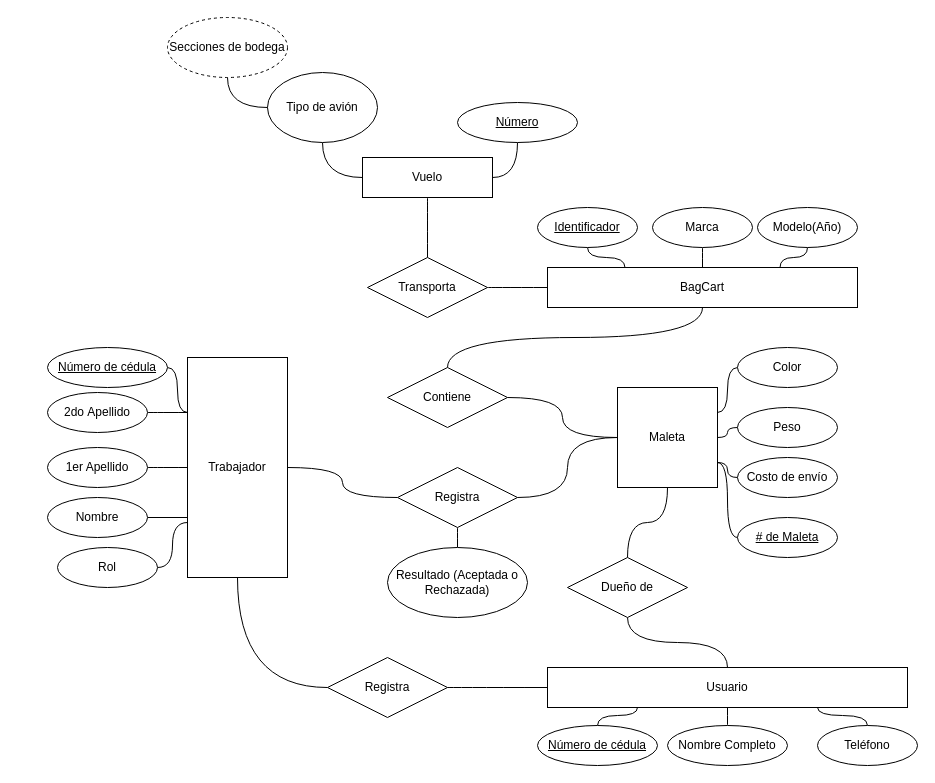
The draw.io diagram doc/DiagramaER.drawio in itcr3442/CE3101-Tabas, before the edit. Source tidied: cells renumbered, new cells numbered last; positions are measured from the earlier drawing's top-left corner, leaving out a move shared by most shapes. Both pictures are drawn from the tidied source at 100%, with x=0, y=0 at pixel (47, 17).
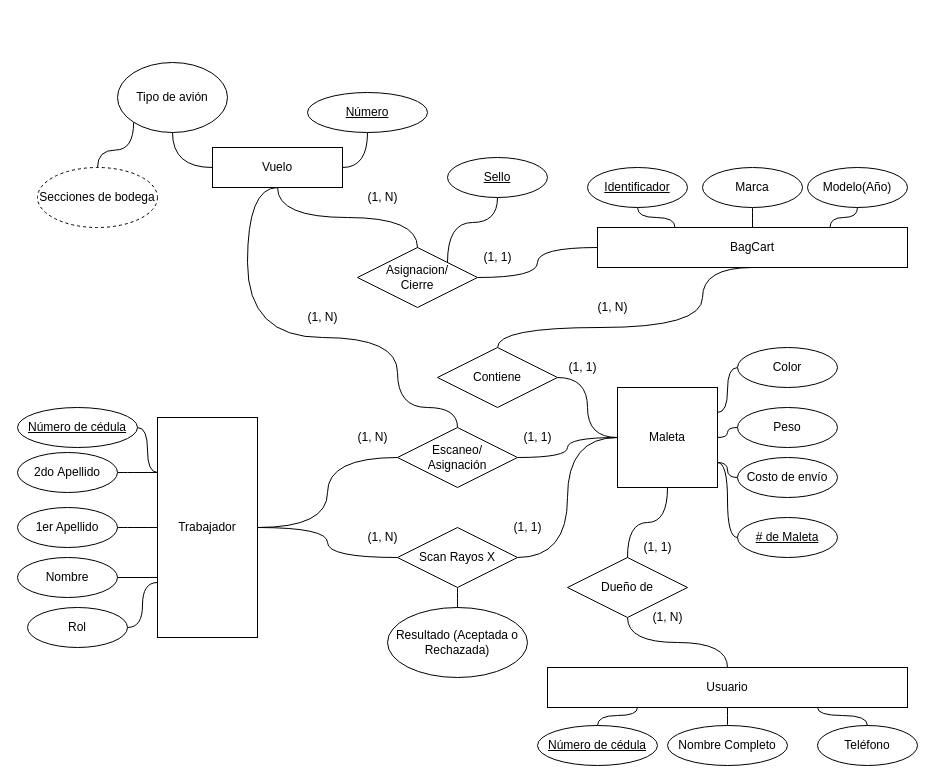
After the change.

The change refers to these unchanged cells:
```xml
<mxCell id="16" value="Maleta" style="whiteSpace=wrap;html=1;align=center;" parent="1" vertex="1">
  <mxGeometry x="570" y="370" width="100" height="100" as="geometry" />
</mxCell>
<mxCell id="25" value="Usuario" style="whiteSpace=wrap;html=1;align=center;" parent="1" vertex="1">
  <mxGeometry x="500" y="650" width="360" height="40" as="geometry" />
</mxCell>
```

Diff of the diagram source:
```diff
@@
-    <mxCell id="2" style="edgeStyle=orthogonalEdgeStyle;curved=1;html=1;exitX=1;exitY=0.5;exitDx=0;exitDy=0;entryX=0;entryY=0.5;entryDx=0;entryDy=0;endArrow=none;endFill=0;" parent="1" edge="1" source="4" target="56">
+    <mxCell id="2" style="edgeStyle=orthogonalEdgeStyle;html=1;exitX=1;exitY=0.5;exitDx=0;exitDy=0;entryX=0;entryY=0.5;entryDx=0;entryDy=0;endArrow=none;endFill=0;curved=1;" parent="1" edge="1" source="4" target="56">
       <mxGeometry relative="1" as="geometry" />
     </mxCell>
-    <mxCell id="3" style="edgeStyle=orthogonalEdgeStyle;curved=1;html=1;exitX=0.5;exitY=1;exitDx=0;exitDy=0;entryX=0;entryY=0.5;entryDx=0;entryDy=0;endArrow=none;endFill=0;" parent="1" edge="1" source="4" target="59">
-      <mxGeometry relative="1" as="geometry" />
-    </mxCell>
     <mxCell id="4" value="Trabajador" style="whiteSpace=wrap;html=1;align=center;" parent="1" vertex="1">
-      <mxGeometry x="140" y="340" width="100" height="220" as="geometry" />
+      <mxGeometry x="110" y="400" width="100" height="220" as="geometry" />
     </mxCell>
     <mxCell id="5" style="edgeStyle=orthogonalEdgeStyle;curved=1;html=1;exitX=1;exitY=0.5;exitDx=0;exitDy=0;endArrow=none;endFill=0;" parent="1" edge="1" source="6">
       <mxGeometry relative="1" as="geometry">
-        <mxPoint x="140" y="500" as="targetPoint" />
+        <mxPoint x="110" y="560" as="targetPoint" />
       </mxGeometry>
     </mxCell>
     <mxCell id="6" value="Nombre" style="ellipse;whiteSpace=wrap;html=1;align=center;" parent="1" vertex="1">
-      <mxGeometry y="480" width="100" height="40" as="geometry" />
+      <mxGeometry x="-30" y="540" width="100" height="40" as="geometry" />
     </mxCell>
@@
     <mxCell id="8" value="1er Apellido" style="ellipse;whiteSpace=wrap;html=1;align=center;" parent="1" vertex="1">
-      <mxGeometry y="430" width="100" height="40" as="geometry" />
+      <mxGeometry x="-30" y="490" width="100" height="40" as="geometry" />
     </mxCell>
@@
     <mxCell id="10" value="2do&amp;nbsp;Apellido" style="ellipse;whiteSpace=wrap;html=1;align=center;" parent="1" vertex="1">
-      <mxGeometry y="375" width="100" height="40" as="geometry" />
+      <mxGeometry x="-30" y="435" width="100" height="40" as="geometry" />
     </mxCell>
@@
     <mxCell id="12" value="Número de cédula" style="ellipse;whiteSpace=wrap;html=1;align=center;fontStyle=4;" parent="1" vertex="1">
-      <mxGeometry y="330" width="120" height="40" as="geometry" />
+      <mxGeometry x="-30" y="390" width="120" height="40" as="geometry" />
     </mxCell>
@@
     <mxCell id="14" value="Rol" style="ellipse;whiteSpace=wrap;html=1;align=center;" parent="1" vertex="1">
-      <mxGeometry x="10" y="530" width="100" height="40" as="geometry" />
+      <mxGeometry x="-20" y="590" width="100" height="40" as="geometry" />
     </mxCell>
@@
     <mxCell id="34" style="edgeStyle=orthogonalEdgeStyle;curved=1;html=1;exitX=0.5;exitY=1;exitDx=0;exitDy=0;entryX=0.5;entryY=0;entryDx=0;entryDy=0;endArrow=none;endFill=0;" parent="1" edge="1" source="35" target="43">
-      <mxGeometry relative="1" as="geometry" />
+      <mxGeometry relative="1" as="geometry">
+        <Array as="points">
+          <mxPoint x="655" y="310" />
+          <mxPoint x="450" y="310" />
+        </Array>
+      </mxGeometry>
     </mxCell>
     <mxCell id="35" value="BagCart" style="whiteSpace=wrap;html=1;align=center;" parent="1" vertex="1">
-      <mxGeometry x="500" y="250" width="310" height="40" as="geometry" />
+      <mxGeometry x="550" y="210" width="310" height="40" as="geometry" />
     </mxCell>
@@
     <mxCell id="37" value="Identificador" style="ellipse;whiteSpace=wrap;html=1;align=center;fontStyle=4;" parent="1" vertex="1">
-      <mxGeometry x="490" y="190" width="100" height="40" as="geometry" />
+      <mxGeometry x="540" y="150" width="100" height="40" as="geometry" />
     </mxCell>
@@
     <mxCell id="39" value="Marca" style="ellipse;whiteSpace=wrap;html=1;align=center;" parent="1" vertex="1">
-      <mxGeometry x="605" y="190" width="100" height="40" as="geometry" />
+      <mxGeometry x="655" y="150" width="100" height="40" as="geometry" />
     </mxCell>
@@
     <mxCell id="41" value="Modelo(Año)" style="ellipse;whiteSpace=wrap;html=1;align=center;" parent="1" vertex="1">
-      <mxGeometry x="710" y="190" width="100" height="40" as="geometry" />
+      <mxGeometry x="760" y="150" width="100" height="40" as="geometry" />
     </mxCell>
@@
     <mxCell id="43" value="Contiene" style="shape=rhombus;perimeter=rhombusPerimeter;whiteSpace=wrap;html=1;align=center;" parent="1" vertex="1">
-      <mxGeometry x="340" y="350" width="120" height="60" as="geometry" />
+      <mxGeometry x="390" y="330" width="120" height="60" as="geometry" />
     </mxCell>
@@
+    <mxCell id="60" style="edgeStyle=orthogonalEdgeStyle;html=1;exitX=0.5;exitY=1;exitDx=0;exitDy=0;entryX=0.5;entryY=0;entryDx=0;entryDy=0;endArrow=none;endFill=0;curved=1;" parent="1" edge="1" source="45" target="64">
+      <mxGeometry relative="1" as="geometry">
+        <Array as="points">
+          <mxPoint x="200" y="170" />
+          <mxPoint x="200" y="320" />
+          <mxPoint x="350" y="320" />
+          <mxPoint x="350" y="390" />
+          <mxPoint x="410" y="390" />
+        </Array>
+      </mxGeometry>
+    </mxCell>
     <mxCell id="45" value="Vuelo" style="whiteSpace=wrap;html=1;align=center;" parent="1" vertex="1">
-      <mxGeometry x="315" y="140" width="130" height="40" as="geometry" />
+      <mxGeometry x="165" y="130" width="130" height="40" as="geometry" />
     </mxCell>
@@
-    <mxCell id="47" value="Transporta" style="shape=rhombus;perimeter=rhombusPerimeter;whiteSpace=wrap;html=1;align=center;" parent="1" vertex="1">
-      <mxGeometry x="320" y="240" width="120" height="60" as="geometry" />
+    <mxCell id="47" value="Asignacion/&lt;br&gt;Cierre" style="shape=rhombus;perimeter=rhombusPerimeter;whiteSpace=wrap;html=1;align=center;" parent="1" vertex="1">
+      <mxGeometry x="310" y="230" width="120" height="60" as="geometry" />
     </mxCell>
@@
+    <mxCell id="61" style="edgeStyle=orthogonalEdgeStyle;curved=1;html=1;exitX=0;exitY=1;exitDx=0;exitDy=0;entryX=0.5;entryY=0;entryDx=0;entryDy=0;endArrow=none;endFill=0;" parent="1" edge="1" source="49" target="51">
+      <mxGeometry relative="1" as="geometry" />
+    </mxCell>
     <mxCell id="49" value="Tipo de avión" style="ellipse;whiteSpace=wrap;html=1;align=center;" parent="1" vertex="1">
-      <mxGeometry x="220" y="55" width="110" height="70" as="geometry" />
+      <mxGeometry x="70" y="45" width="110" height="70" as="geometry" />
     </mxCell>
-    <mxCell id="50" style="edgeStyle=orthogonalEdgeStyle;curved=1;html=1;exitX=0.5;exitY=1;exitDx=0;exitDy=0;entryX=0;entryY=0.5;entryDx=0;entryDy=0;endArrow=none;endFill=0;" parent="1" edge="1" source="51" target="49">
-      <mxGeometry relative="1" as="geometry" />
-    </mxCell>
     <mxCell id="51" value="Secciones de bodega" style="ellipse;whiteSpace=wrap;html=1;align=center;dashed=1;" parent="1" vertex="1">
-      <mxGeometry x="120" width="120" height="60" as="geometry" />
+      <mxGeometry x="-10" y="150" width="120" height="60" as="geometry" />
     </mxCell>
@@
     <mxCell id="53" value="Número" style="ellipse;whiteSpace=wrap;html=1;align=center;fontStyle=4;" parent="1" vertex="1">
-      <mxGeometry x="410" y="85" width="120" height="40" as="geometry" />
+      <mxGeometry x="260" y="75" width="120" height="40" as="geometry" />
     </mxCell>
@@
-    <mxCell id="56" value="Registra" style="shape=rhombus;perimeter=rhombusPerimeter;whiteSpace=wrap;html=1;align=center;" parent="1" vertex="1">
-      <mxGeometry x="350" y="450" width="120" height="60" as="geometry" />
+    <mxCell id="56" value="Scan Rayos X" style="shape=rhombus;perimeter=rhombusPerimeter;whiteSpace=wrap;html=1;align=center;" parent="1" vertex="1">
+      <mxGeometry x="350" y="510" width="120" height="60" as="geometry" />
     </mxCell>
     <mxCell id="57" value="Resultado (Aceptada o Rechazada)" style="ellipse;whiteSpace=wrap;html=1;align=center;" parent="1" vertex="1">
-      <mxGeometry x="340" y="530" width="140" height="70" as="geometry" />
+      <mxGeometry x="340" y="590" width="140" height="70" as="geometry" />
     </mxCell>
-    <mxCell id="58" style="edgeStyle=orthogonalEdgeStyle;curved=1;html=1;exitX=1;exitY=0.5;exitDx=0;exitDy=0;entryX=0;entryY=0.5;entryDx=0;entryDy=0;endArrow=none;endFill=0;" parent="1" edge="1" source="59" target="25">
-      <mxGeometry relative="1" as="geometry" />
-    </mxCell>
-    <mxCell id="59" value="Registra" style="shape=rhombus;perimeter=rhombusPerimeter;whiteSpace=wrap;html=1;align=center;" parent="1" vertex="1">
-      <mxGeometry x="280" y="640" width="120" height="60" as="geometry" />
-    </mxCell>
+    <mxCell id="62" style="edgeStyle=orthogonalEdgeStyle;curved=1;html=1;exitX=1;exitY=0.5;exitDx=0;exitDy=0;entryX=0;entryY=0.5;entryDx=0;entryDy=0;endArrow=none;endFill=0;" parent="1" edge="1" source="64" target="16">
+      <mxGeometry relative="1" as="geometry" />
+    </mxCell>
+    <mxCell id="63" style="edgeStyle=orthogonalEdgeStyle;curved=1;html=1;exitX=0;exitY=0.5;exitDx=0;exitDy=0;entryX=1;entryY=0.5;entryDx=0;entryDy=0;endArrow=none;endFill=0;" parent="1" edge="1" source="64" target="4">
+      <mxGeometry relative="1" as="geometry" />
+    </mxCell>
+    <mxCell id="64" value="Escaneo/&lt;br&gt;Asignación" style="shape=rhombus;perimeter=rhombusPerimeter;whiteSpace=wrap;html=1;align=center;" parent="1" vertex="1">
+      <mxGeometry x="350" y="410" width="120" height="60" as="geometry" />
+    </mxCell>
+    <mxCell id="65" value="(1, N)" style="text;html=1;align=center;verticalAlign=middle;strokeColor=none;fillColor=none;" parent="1" vertex="1">
+      <mxGeometry x="300" y="410" width="50" height="20" as="geometry" />
+    </mxCell>
+    <mxCell id="66" value="(1, N)" style="text;html=1;align=center;verticalAlign=middle;strokeColor=none;fillColor=none;" parent="1" vertex="1">
+      <mxGeometry x="310" y="510" width="50" height="20" as="geometry" />
+    </mxCell>
+    <mxCell id="67" value="(1, 1)" style="text;html=1;align=center;verticalAlign=middle;strokeColor=none;fillColor=none;" parent="1" vertex="1">
+      <mxGeometry x="460" y="500" width="40" height="20" as="geometry" />
+    </mxCell>
+    <mxCell id="68" value="(1, 1)" style="text;html=1;align=center;verticalAlign=middle;strokeColor=none;fillColor=none;" parent="1" vertex="1">
+      <mxGeometry x="470" y="410" width="40" height="20" as="geometry" />
+    </mxCell>
+    <mxCell id="69" value="(1, 1)" style="text;html=1;align=center;verticalAlign=middle;strokeColor=none;fillColor=none;" parent="1" vertex="1">
+      <mxGeometry x="515" y="340" width="40" height="20" as="geometry" />
+    </mxCell>
+    <mxCell id="70" value="(1, 1)" style="text;html=1;align=center;verticalAlign=middle;strokeColor=none;fillColor=none;" parent="1" vertex="1">
+      <mxGeometry x="590" y="520" width="40" height="20" as="geometry" />
+    </mxCell>
+    <mxCell id="71" value="(1, N)" style="text;html=1;align=center;verticalAlign=middle;strokeColor=none;fillColor=none;" parent="1" vertex="1">
+      <mxGeometry x="595" y="590" width="50" height="20" as="geometry" />
+    </mxCell>
+    <mxCell id="72" value="(1, N)" style="text;html=1;align=center;verticalAlign=middle;strokeColor=none;fillColor=none;" parent="1" vertex="1">
+      <mxGeometry x="540" y="280" width="50" height="20" as="geometry" />
+    </mxCell>
+    <mxCell id="73" value="(1, 1)" style="text;html=1;align=center;verticalAlign=middle;strokeColor=none;fillColor=none;" parent="1" vertex="1">
+      <mxGeometry x="430" y="230" width="40" height="20" as="geometry" />
+    </mxCell>
+    <mxCell id="74" style="edgeStyle=orthogonalEdgeStyle;curved=1;html=1;exitX=0.5;exitY=1;exitDx=0;exitDy=0;entryX=1;entryY=0;entryDx=0;entryDy=0;endArrow=none;endFill=0;" parent="1" edge="1" source="75" target="47">
+      <mxGeometry relative="1" as="geometry" />
+    </mxCell>
+    <mxCell id="75" value="Sello" style="ellipse;whiteSpace=wrap;html=1;align=center;fontStyle=4;" parent="1" vertex="1">
+      <mxGeometry x="400" y="140" width="100" height="40" as="geometry" />
+    </mxCell>
+    <mxCell id="76" value="(1, N)" style="text;html=1;align=center;verticalAlign=middle;strokeColor=none;fillColor=none;" parent="1" vertex="1">
+      <mxGeometry x="250" y="290" width="50" height="20" as="geometry" />
+    </mxCell>
+    <mxCell id="77" value="(1, N)" style="text;html=1;align=center;verticalAlign=middle;strokeColor=none;fillColor=none;" parent="1" vertex="1">
+      <mxGeometry x="310" y="170" width="50" height="20" as="geometry" />
+    </mxCell>
```
